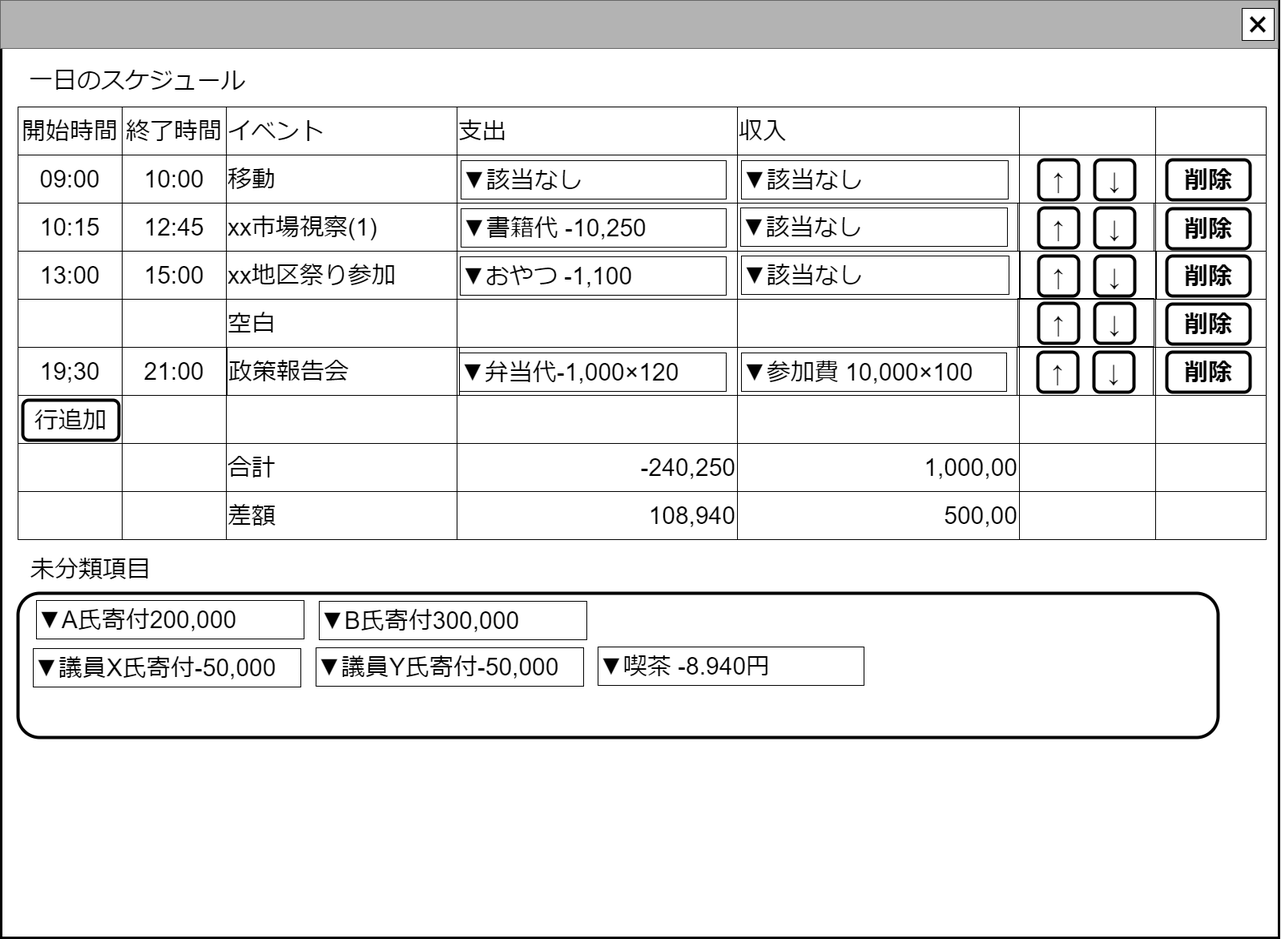
Above: docs/invest_front/date_event_trace/image/スケジュール表.drawio.png in chiwa2023/investigate-politician-balance-report (draw.io), before the change. Source tidied: cells renumbered, new cells last; positions are measured from the earlier drawing's top-left corner, leaving out a move shared by most shapes.
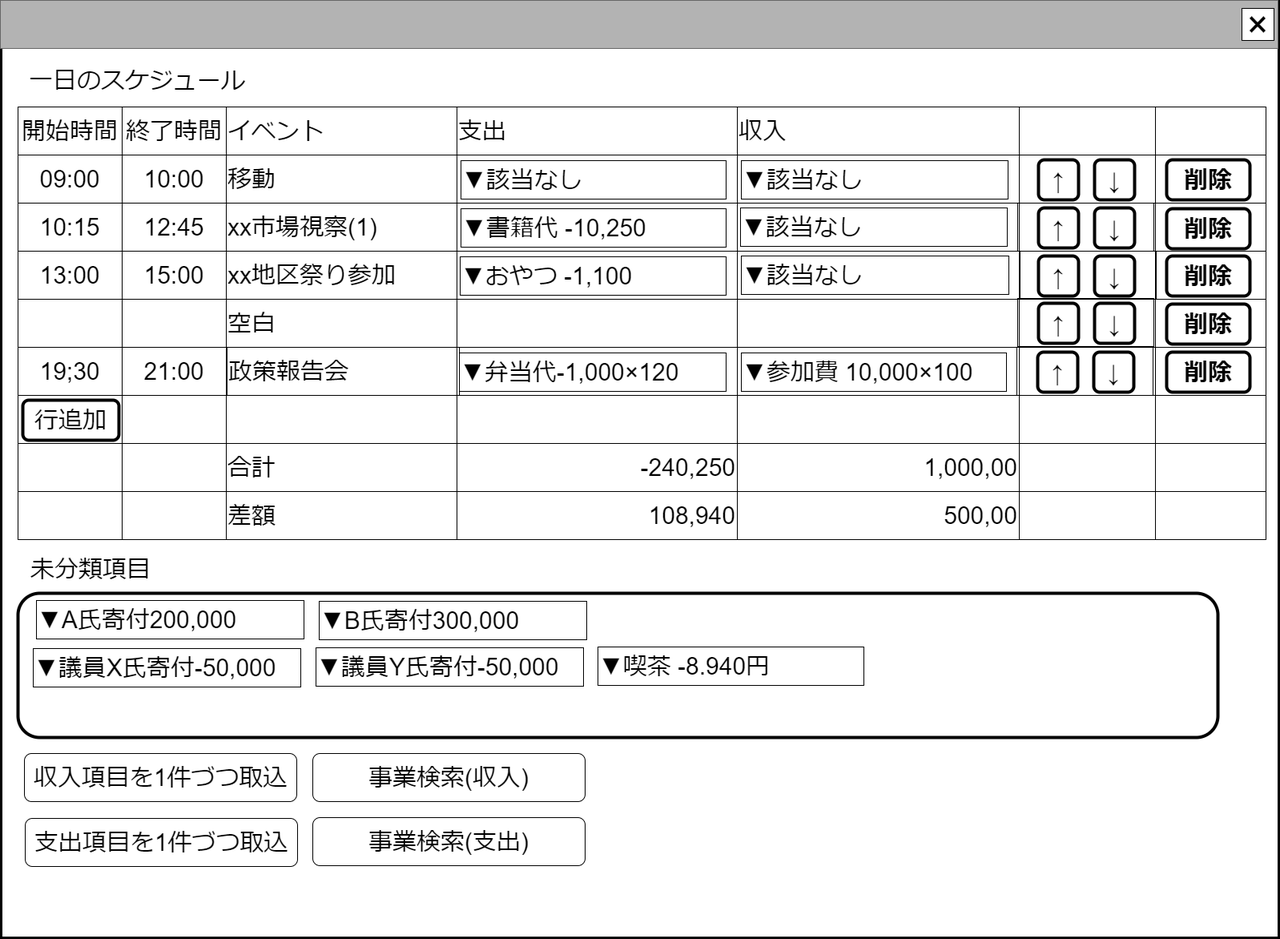
The same diagram one commit later.

What changed in the source:
```diff
@@ -345,5 +345,17 @@
     <mxCell id="116" value="&lt;span style=&quot;font-size: 30px;&quot;&gt;&lt;b&gt;削除&lt;/b&gt;&lt;/span&gt;" style="rounded=1;whiteSpace=wrap;html=1;strokeWidth=4;" parent="5" vertex="1">
       <mxGeometry x="1456" y="439" width="104" height="50" as="geometry" />
     </mxCell>
+    <mxCell id="117" value="&lt;font style=&quot;font-size: 30px;&quot;&gt;収入項目を1件づつ取込&lt;/font&gt;" style="rounded=1;whiteSpace=wrap;html=1;" parent="5" vertex="1">
+      <mxGeometry x="30" y="940" width="340" height="60" as="geometry" />
+    </mxCell>
+    <mxCell id="118" value="&lt;font style=&quot;font-size: 30px;&quot;&gt;支出項目を1件づつ取込&lt;/font&gt;" style="rounded=1;whiteSpace=wrap;html=1;" parent="5" vertex="1">
+      <mxGeometry x="31" y="1021" width="340" height="60" as="geometry" />
+    </mxCell>
+    <mxCell id="119" value="&lt;font style=&quot;font-size: 30px;&quot;&gt;事業検索(収入)&lt;/font&gt;" style="rounded=1;whiteSpace=wrap;html=1;" parent="5" vertex="1">
+      <mxGeometry x="390" y="940" width="340" height="60" as="geometry" />
+    </mxCell>
+    <mxCell id="120" value="&lt;font style=&quot;font-size: 30px;&quot;&gt;事業検索(支出)&lt;/font&gt;" style="rounded=1;whiteSpace=wrap;html=1;" parent="5" vertex="1">
+      <mxGeometry x="390" y="1020" width="340" height="60" as="geometry" />
+    </mxCell>
   </root>
 </mxGraphModel>
```
